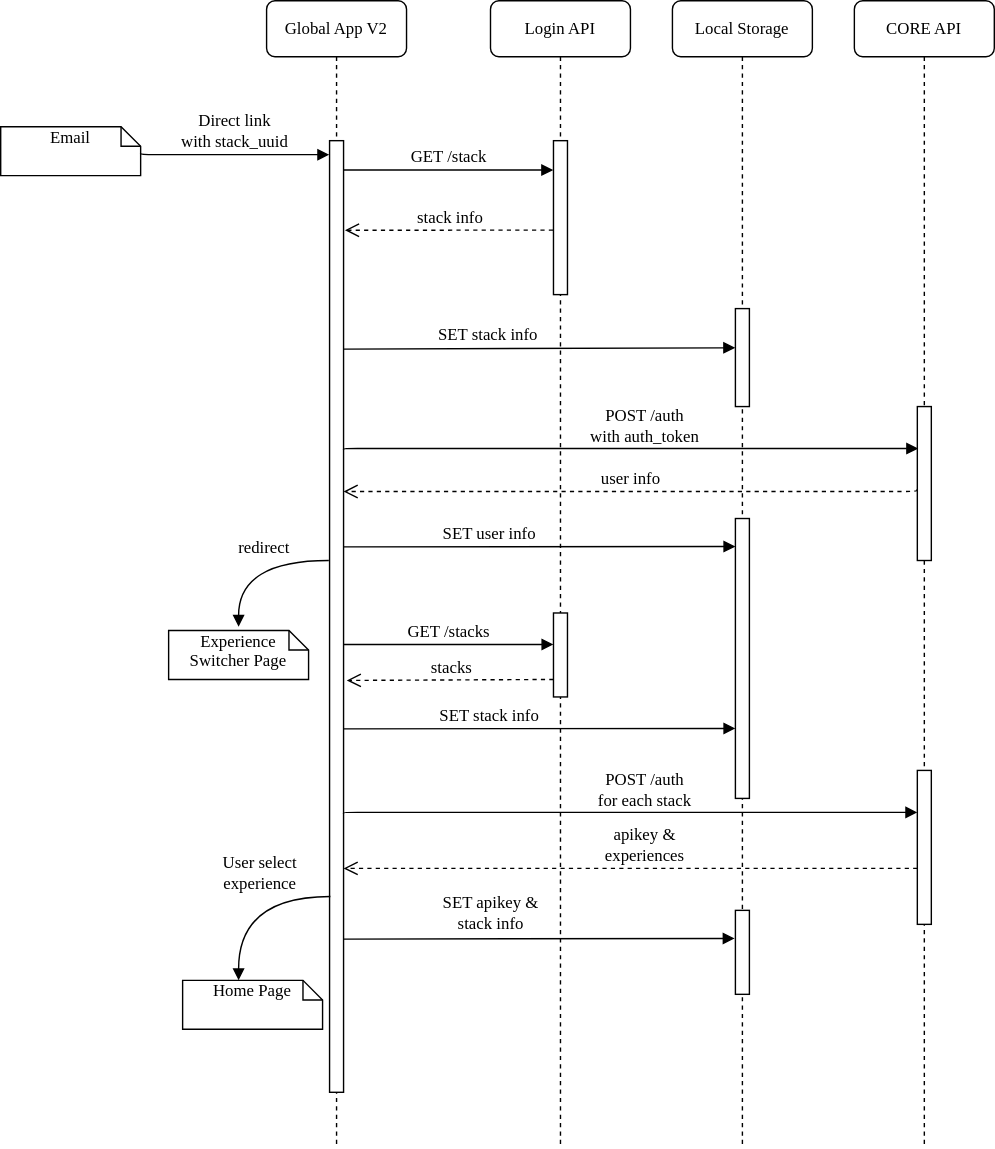
This is docs/workflows/direct-link.drawio.svg from intersective/app, a draw.io export, as it was before one commit. Source tidied: cells renumbered, new cells last; positions are measured from the earlier drawing's top-left corner, leaving out a move shared by most shapes. The source it was exported from:
```xml
<mxGraphModel>
  <root>
    <mxCell id="0" />
    <mxCell id="1" parent="0" />
    <mxCell id="2" value="Login API" style="shape=umlLifeline;perimeter=lifelinePerimeter;whiteSpace=wrap;html=1;rounded=1;shadow=0;comic=0;labelBackgroundColor=none;strokeWidth=1;fontFamily=Verdana;fontSize=12;align=center;" parent="1" vertex="1">
      <mxGeometry x="350" width="100" height="820" as="geometry" />
    </mxCell>
    <mxCell id="3" style="html=1;points=[];perimeter=orthogonalPerimeter;rounded=0;shadow=0;comic=0;labelBackgroundColor=none;strokeWidth=1;fontFamily=Verdana;fontSize=12;align=center;" parent="2" vertex="1">
      <mxGeometry x="45" y="100" width="10" height="110" as="geometry" />
    </mxCell>
    <mxCell id="4" value="Global App V2" style="shape=umlLifeline;perimeter=lifelinePerimeter;whiteSpace=wrap;html=1;rounded=1;shadow=0;comic=0;labelBackgroundColor=none;strokeWidth=1;fontFamily=Verdana;fontSize=12;align=center;" parent="1" vertex="1">
      <mxGeometry x="190" width="100" height="820" as="geometry" />
    </mxCell>
    <mxCell id="5" style="html=1;points=[];perimeter=orthogonalPerimeter;rounded=0;shadow=0;comic=0;labelBackgroundColor=none;strokeWidth=1;fontFamily=Verdana;fontSize=12;align=center;" parent="4" vertex="1">
      <mxGeometry x="45" y="100" width="10" height="680" as="geometry" />
    </mxCell>
    <mxCell id="6" value="stack info" style="html=1;verticalAlign=bottom;endArrow=open;dashed=1;endSize=8;labelBackgroundColor=none;fontFamily=Verdana;fontSize=12;edgeStyle=elbowEdgeStyle;elbow=vertical;exitX=-0.033;exitY=0.581;exitDx=0;exitDy=0;exitPerimeter=0;" parent="1" edge="1" source="3">
      <mxGeometry relative="1" as="geometry">
        <mxPoint x="246" y="164" as="targetPoint" />
        <Array as="points">
          <mxPoint x="330" y="164" />
          <mxPoint x="360" y="150" />
          <mxPoint x="790" y="180" />
        </Array>
      </mxGeometry>
    </mxCell>
    <mxCell id="7" value="GET /stack" style="html=1;verticalAlign=bottom;endArrow=block;labelBackgroundColor=none;fontFamily=Verdana;fontSize=12;edgeStyle=elbowEdgeStyle;elbow=vertical;entryX=-0.017;entryY=0.193;entryDx=0;entryDy=0;entryPerimeter=0;" parent="1" edge="1" source="5" target="3">
      <mxGeometry relative="1" as="geometry">
        <Array as="points">
          <mxPoint x="360" y="121" />
          <mxPoint x="400" y="127" />
          <mxPoint x="310" y="130" />
        </Array>
      </mxGeometry>
    </mxCell>
    <mxCell id="8" value="Email" style="shape=note;whiteSpace=wrap;html=1;size=14;verticalAlign=top;align=center;spacingTop=-6;rounded=0;shadow=0;comic=0;labelBackgroundColor=none;strokeWidth=1;fontFamily=Verdana;fontSize=12;" parent="1" vertex="1">
      <mxGeometry y="90" width="100" height="35" as="geometry" />
    </mxCell>
    <mxCell id="9" value="Direct link&lt;br&gt;with stack_uuid" style="html=1;verticalAlign=bottom;endArrow=block;labelBackgroundColor=none;fontFamily=Verdana;fontSize=12;edgeStyle=elbowEdgeStyle;elbow=vertical;entryX=-0.019;entryY=0.015;entryDx=0;entryDy=0;entryPerimeter=0;" parent="1" edge="1" target="5">
      <mxGeometry relative="1" as="geometry">
        <mxPoint x="100" y="109" as="sourcePoint" />
        <Array as="points">
          <mxPoint x="105" y="110" />
        </Array>
      </mxGeometry>
    </mxCell>
    <mxCell id="10" value="Local Storage" style="shape=umlLifeline;perimeter=lifelinePerimeter;whiteSpace=wrap;html=1;rounded=1;shadow=0;comic=0;labelBackgroundColor=none;strokeWidth=1;fontFamily=Verdana;fontSize=12;align=center;" parent="1" vertex="1">
      <mxGeometry x="480" width="100" height="820" as="geometry" />
    </mxCell>
    <mxCell id="11" style="html=1;points=[];perimeter=orthogonalPerimeter;rounded=0;shadow=0;comic=0;labelBackgroundColor=none;strokeWidth=1;fontFamily=Verdana;fontSize=12;align=center;" parent="10" vertex="1">
      <mxGeometry x="45" y="220" width="10" height="70" as="geometry" />
    </mxCell>
    <mxCell id="12" value="SET stack info" style="html=1;verticalAlign=bottom;endArrow=block;labelBackgroundColor=none;fontFamily=Verdana;fontSize=12;edgeStyle=elbowEdgeStyle;elbow=vertical;entryX=-0.012;entryY=0.401;entryDx=0;entryDy=0;entryPerimeter=0;exitX=0.986;exitY=0.219;exitDx=0;exitDy=0;exitPerimeter=0;" parent="1" edge="1" source="5" target="11">
      <mxGeometry x="-0.26" relative="1" as="geometry">
        <Array as="points">
          <mxPoint x="500" y="248" />
          <mxPoint x="410" y="250" />
          <mxPoint x="410" y="260" />
          <mxPoint x="320" y="263" />
        </Array>
      </mxGeometry>
    </mxCell>
    <mxCell id="13" value="CORE API" style="shape=umlLifeline;perimeter=lifelinePerimeter;whiteSpace=wrap;html=1;rounded=1;shadow=0;comic=0;labelBackgroundColor=none;strokeWidth=1;fontFamily=Verdana;fontSize=12;align=center;" parent="1" vertex="1">
      <mxGeometry x="610" width="100" height="820" as="geometry" />
    </mxCell>
    <mxCell id="14" style="html=1;points=[];perimeter=orthogonalPerimeter;rounded=0;shadow=0;comic=0;labelBackgroundColor=none;strokeWidth=1;fontFamily=Verdana;fontSize=12;align=center;" parent="13" vertex="1">
      <mxGeometry x="45" y="290" width="10" height="110" as="geometry" />
    </mxCell>
    <mxCell id="15" value="POST /auth&lt;br&gt;with auth_token" style="html=1;verticalAlign=bottom;endArrow=block;labelBackgroundColor=none;fontFamily=Verdana;fontSize=12;edgeStyle=elbowEdgeStyle;elbow=vertical;entryX=0.065;entryY=0.279;entryDx=0;entryDy=0;entryPerimeter=0;" parent="1" edge="1" target="14">
      <mxGeometry x="0.05" y="-1" relative="1" as="geometry">
        <mxPoint x="245" y="321" as="sourcePoint" />
        <Array as="points">
          <mxPoint x="505.1" y="320" />
          <mxPoint x="415.1" y="322" />
          <mxPoint x="415.1" y="332" />
          <mxPoint x="325.1" y="335" />
        </Array>
      </mxGeometry>
    </mxCell>
    <mxCell id="16" value="user info" style="html=1;verticalAlign=bottom;endArrow=open;dashed=1;endSize=8;labelBackgroundColor=none;fontFamily=Verdana;fontSize=12;edgeStyle=elbowEdgeStyle;elbow=vertical;exitX=-0.019;exitY=0.537;exitDx=0;exitDy=0;exitPerimeter=0;" parent="1" edge="1" source="14">
      <mxGeometry relative="1" as="geometry">
        <mxPoint x="245" y="351" as="targetPoint" />
        <Array as="points">
          <mxPoint x="394.2" y="350.7" />
          <mxPoint x="464.2" y="341.7" />
          <mxPoint x="894.2" y="371.7" />
        </Array>
      </mxGeometry>
    </mxCell>
    <mxCell id="17" style="html=1;perimeter=orthogonalPerimeter;rounded=0;shadow=0;comic=0;labelBackgroundColor=none;strokeWidth=1;fontFamily=Verdana;fontSize=12;align=center;" parent="1" vertex="1">
      <mxGeometry x="525" y="370" width="10" height="200" as="geometry" />
    </mxCell>
    <mxCell id="18" value="SET user info" style="html=1;verticalAlign=bottom;endArrow=block;labelBackgroundColor=none;fontFamily=Verdana;fontSize=12;edgeStyle=elbowEdgeStyle;elbow=vertical;entryX=-0.012;entryY=0.401;entryDx=0;entryDy=0;entryPerimeter=0;exitX=0.986;exitY=0.337;exitDx=0;exitDy=0;exitPerimeter=0;" parent="1" edge="1">
      <mxGeometry x="-0.26" relative="1" as="geometry">
        <mxPoint x="245" y="390.3" as="sourcePoint" />
        <mxPoint x="525" y="390.1" as="targetPoint" />
        <Array as="points">
          <mxPoint x="500.1" y="390" />
          <mxPoint x="410.1" y="392" />
          <mxPoint x="410.1" y="402" />
          <mxPoint x="320.1" y="405" />
        </Array>
      </mxGeometry>
    </mxCell>
    <mxCell id="19" value="redirect" style="html=1;verticalAlign=bottom;endArrow=block;labelBackgroundColor=none;fontFamily=Verdana;fontSize=12;elbow=vertical;edgeStyle=orthogonalEdgeStyle;curved=1;exitX=-0.052;exitY=0.256;exitDx=0;exitDy=0;exitPerimeter=0;" parent="1" edge="1">
      <mxGeometry x="-0.18" relative="1" as="geometry">
        <mxPoint x="234.5" y="400" as="sourcePoint" />
        <mxPoint x="170" y="447.4" as="targetPoint" />
        <Array as="points">
          <mxPoint x="170" y="400.4" />
        </Array>
      </mxGeometry>
    </mxCell>
    <mxCell id="20" value="Experience Switcher Page" style="shape=note;whiteSpace=wrap;html=1;size=14;verticalAlign=top;align=center;spacingTop=-6;rounded=0;shadow=0;comic=0;labelBackgroundColor=none;strokeWidth=1;fontFamily=Verdana;fontSize=12;" parent="1" vertex="1">
      <mxGeometry x="120" y="450" width="100" height="35" as="geometry" />
    </mxCell>
    <mxCell id="21" style="html=1;perimeter=orthogonalPerimeter;rounded=0;shadow=0;comic=0;labelBackgroundColor=none;strokeWidth=1;fontFamily=Verdana;fontSize=12;align=center;" parent="1" vertex="1">
      <mxGeometry x="395" y="437.5" width="10" height="60" as="geometry" />
    </mxCell>
    <mxCell id="22" value="GET /stacks" style="html=1;verticalAlign=bottom;endArrow=block;labelBackgroundColor=none;fontFamily=Verdana;fontSize=12;edgeStyle=elbowEdgeStyle;elbow=vertical;entryX=-0.017;entryY=0.193;entryDx=0;entryDy=0;entryPerimeter=0;" parent="1" edge="1">
      <mxGeometry relative="1" as="geometry">
        <mxPoint x="245.2" y="460" as="sourcePoint" />
        <mxPoint x="395" y="460.2" as="targetPoint" />
        <Array as="points">
          <mxPoint x="360.2" y="460" />
          <mxPoint x="400.2" y="466" />
          <mxPoint x="310.2" y="469" />
        </Array>
      </mxGeometry>
    </mxCell>
    <mxCell id="23" value="stacks" style="html=1;verticalAlign=bottom;endArrow=open;dashed=1;endSize=8;labelBackgroundColor=none;fontFamily=Verdana;fontSize=12;edgeStyle=elbowEdgeStyle;elbow=vertical;exitX=-0.148;exitY=0.53;exitDx=0;exitDy=0;exitPerimeter=0;entryX=1.081;entryY=0.135;entryDx=0;entryDy=0;entryPerimeter=0;" parent="1" edge="1">
      <mxGeometry relative="1" as="geometry">
        <mxPoint x="395" y="485" as="sourcePoint" />
        <mxPoint x="247.3" y="486.1" as="targetPoint" />
        <Array as="points">
          <mxPoint x="291.5" y="485.7" />
          <mxPoint x="361.5" y="476.7" />
          <mxPoint x="791.5" y="506.7" />
        </Array>
      </mxGeometry>
    </mxCell>
    <mxCell id="24" value="SET stack info" style="html=1;verticalAlign=bottom;endArrow=block;labelBackgroundColor=none;fontFamily=Verdana;fontSize=12;edgeStyle=elbowEdgeStyle;elbow=vertical;entryX=-0.012;entryY=0.401;entryDx=0;entryDy=0;entryPerimeter=0;exitX=0.986;exitY=0.337;exitDx=0;exitDy=0;exitPerimeter=0;" parent="1" edge="1">
      <mxGeometry x="-0.26" relative="1" as="geometry">
        <mxPoint x="245" y="520.3" as="sourcePoint" />
        <mxPoint x="525" y="520.1" as="targetPoint" />
        <Array as="points">
          <mxPoint x="500.1" y="520" />
          <mxPoint x="410.1" y="522" />
          <mxPoint x="410.1" y="532" />
          <mxPoint x="320.1" y="535" />
        </Array>
      </mxGeometry>
    </mxCell>
    <mxCell id="25" style="html=1;perimeter=orthogonalPerimeter;rounded=0;shadow=0;comic=0;labelBackgroundColor=none;strokeWidth=1;fontFamily=Verdana;fontSize=12;align=center;" parent="1" vertex="1">
      <mxGeometry x="655" y="550" width="10" height="110" as="geometry" />
    </mxCell>
    <mxCell id="26" value="POST /auth&lt;br&gt;for each stack" style="html=1;verticalAlign=bottom;endArrow=block;labelBackgroundColor=none;fontFamily=Verdana;fontSize=12;edgeStyle=elbowEdgeStyle;elbow=vertical;entryX=0.065;entryY=0.279;entryDx=0;entryDy=0;entryPerimeter=0;" parent="1" edge="1">
      <mxGeometry x="0.05" y="-1" relative="1" as="geometry">
        <mxPoint x="245" y="581" as="sourcePoint" />
        <mxPoint x="655" y="580.7" as="targetPoint" />
        <Array as="points">
          <mxPoint x="504.5" y="580" />
          <mxPoint x="414.5" y="582" />
          <mxPoint x="414.5" y="592" />
          <mxPoint x="324.5" y="595" />
        </Array>
      </mxGeometry>
    </mxCell>
    <mxCell id="27" value="apikey &amp;amp; &lt;br&gt;experiences" style="html=1;verticalAlign=bottom;endArrow=open;dashed=1;endSize=8;labelBackgroundColor=none;fontFamily=Verdana;fontSize=12;edgeStyle=elbowEdgeStyle;elbow=vertical;" parent="1" edge="1">
      <mxGeometry x="-0.05" relative="1" as="geometry">
        <mxPoint x="655" y="620" as="sourcePoint" />
        <mxPoint x="245" y="620" as="targetPoint" />
        <Array as="points">
          <mxPoint x="490" y="620" />
          <mxPoint x="389" y="605.5" />
          <mxPoint x="459" y="596.5" />
          <mxPoint x="889" y="626.5" />
        </Array>
      </mxGeometry>
    </mxCell>
    <mxCell id="28" value="User select &lt;br&gt;experience" style="html=1;verticalAlign=bottom;endArrow=block;labelBackgroundColor=none;fontFamily=Verdana;fontSize=12;elbow=vertical;edgeStyle=orthogonalEdgeStyle;curved=1;exitX=0.059;exitY=0.237;exitDx=0;exitDy=0;exitPerimeter=0;entryX=0.5;entryY=0;entryDx=0;entryDy=0;entryPerimeter=0;" parent="1" edge="1">
      <mxGeometry x="-0.18" relative="1" as="geometry">
        <mxPoint x="235.6" y="640" as="sourcePoint" />
        <mxPoint x="170" y="700" as="targetPoint" />
        <Array as="points">
          <mxPoint x="170" y="640" />
        </Array>
      </mxGeometry>
    </mxCell>
    <mxCell id="29" value="Home Page" style="shape=note;whiteSpace=wrap;html=1;size=14;verticalAlign=top;align=center;spacingTop=-6;rounded=0;shadow=0;comic=0;labelBackgroundColor=none;strokeWidth=1;fontFamily=Verdana;fontSize=12;" parent="1" vertex="1">
      <mxGeometry x="130" y="700" width="100" height="35" as="geometry" />
    </mxCell>
    <mxCell id="30" style="html=1;points=[];perimeter=orthogonalPerimeter;rounded=0;shadow=0;comic=0;labelBackgroundColor=none;strokeWidth=1;fontFamily=Verdana;fontSize=12;align=center;" parent="1" vertex="1">
      <mxGeometry x="525" y="650" width="10" height="60" as="geometry" />
    </mxCell>
    <mxCell id="31" value="SET apikey &amp;amp; &lt;br&gt;stack info" style="html=1;verticalAlign=bottom;endArrow=block;labelBackgroundColor=none;fontFamily=Verdana;fontSize=12;edgeStyle=elbowEdgeStyle;elbow=vertical;exitX=0.997;exitY=0.839;exitDx=0;exitDy=0;exitPerimeter=0;entryX=-0.052;entryY=0.326;entryDx=0;entryDy=0;entryPerimeter=0;" parent="1" edge="1" source="5" target="30">
      <mxGeometry x="-0.25" y="1" relative="1" as="geometry">
        <Array as="points">
          <mxPoint x="494.7" y="670.1" />
          <mxPoint x="414.7" y="664.1" />
        </Array>
      </mxGeometry>
    </mxCell>
  </root>
</mxGraphModel>
```
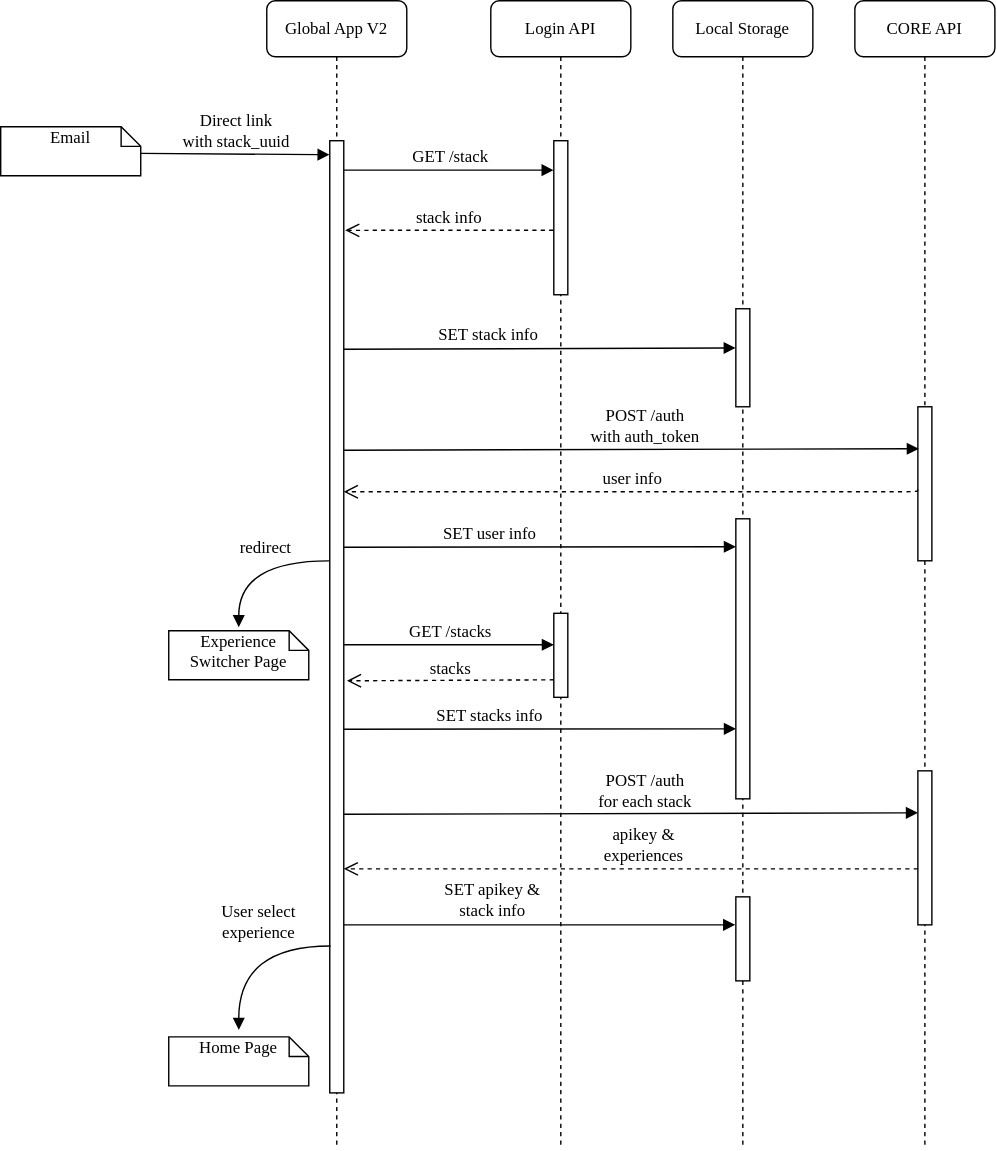
The same file after the commit.

Diff of the diagram source:
```diff
@@ -139,7 +139,7 @@
         </Array>
       </mxGeometry>
     </mxCell>
-    <mxCell id="24" value="SET stack info" style="html=1;verticalAlign=bottom;endArrow=block;labelBackgroundColor=none;fontFamily=Verdana;fontSize=12;edgeStyle=elbowEdgeStyle;elbow=vertical;entryX=-0.012;entryY=0.401;entryDx=0;entryDy=0;entryPerimeter=0;exitX=0.986;exitY=0.337;exitDx=0;exitDy=0;exitPerimeter=0;" parent="1" edge="1">
+    <mxCell id="24" value="SET stacks info" style="html=1;verticalAlign=bottom;endArrow=block;labelBackgroundColor=none;fontFamily=Verdana;fontSize=12;edgeStyle=elbowEdgeStyle;elbow=vertical;entryX=-0.012;entryY=0.401;entryDx=0;entryDy=0;entryPerimeter=0;exitX=0.986;exitY=0.337;exitDx=0;exitDy=0;exitPerimeter=0;" parent="1" edge="1">
       <mxGeometry x="-0.26" relative="1" as="geometry">
         <mxPoint x="245" y="520.3" as="sourcePoint" />
         <mxPoint x="525" y="520.1" as="targetPoint" />
@@ -180,22 +180,24 @@
     </mxCell>
     <mxCell id="28" value="User select &lt;br&gt;experience" style="html=1;verticalAlign=bottom;endArrow=block;labelBackgroundColor=none;fontFamily=Verdana;fontSize=12;elbow=vertical;edgeStyle=orthogonalEdgeStyle;curved=1;exitX=0.059;exitY=0.237;exitDx=0;exitDy=0;exitPerimeter=0;entryX=0.5;entryY=0;entryDx=0;entryDy=0;entryPerimeter=0;" parent="1" edge="1">
       <mxGeometry x="-0.18" relative="1" as="geometry">
-        <mxPoint x="235.6" y="640" as="sourcePoint" />
-        <mxPoint x="170" y="700" as="targetPoint" />
+        <mxPoint x="235.6" y="675" as="sourcePoint" />
+        <mxPoint x="170" y="735" as="targetPoint" />
         <Array as="points">
-          <mxPoint x="170" y="640" />
+          <mxPoint x="170" y="675" />
         </Array>
       </mxGeometry>
     </mxCell>
     <mxCell id="29" value="Home Page" style="shape=note;whiteSpace=wrap;html=1;size=14;verticalAlign=top;align=center;spacingTop=-6;rounded=0;shadow=0;comic=0;labelBackgroundColor=none;strokeWidth=1;fontFamily=Verdana;fontSize=12;" parent="1" vertex="1">
-      <mxGeometry x="130" y="700" width="100" height="35" as="geometry" />
+      <mxGeometry x="120" y="740" width="100" height="35" as="geometry" />
     </mxCell>
     <mxCell id="30" style="html=1;points=[];perimeter=orthogonalPerimeter;rounded=0;shadow=0;comic=0;labelBackgroundColor=none;strokeWidth=1;fontFamily=Verdana;fontSize=12;align=center;" parent="1" vertex="1">
-      <mxGeometry x="525" y="650" width="10" height="60" as="geometry" />
+      <mxGeometry x="525" y="640" width="10" height="60" as="geometry" />
     </mxCell>
-    <mxCell id="31" value="SET apikey &amp;amp; &lt;br&gt;stack info" style="html=1;verticalAlign=bottom;endArrow=block;labelBackgroundColor=none;fontFamily=Verdana;fontSize=12;edgeStyle=elbowEdgeStyle;elbow=vertical;exitX=0.997;exitY=0.839;exitDx=0;exitDy=0;exitPerimeter=0;entryX=-0.052;entryY=0.326;entryDx=0;entryDy=0;entryPerimeter=0;" parent="1" edge="1" source="5" target="30">
+    <mxCell id="31" value="SET apikey &amp;amp; &lt;br&gt;stack info" style="html=1;verticalAlign=bottom;endArrow=block;labelBackgroundColor=none;fontFamily=Verdana;fontSize=12;edgeStyle=elbowEdgeStyle;elbow=vertical;entryX=-0.052;entryY=0.326;entryDx=0;entryDy=0;entryPerimeter=0;" parent="1" edge="1" target="30">
       <mxGeometry x="-0.25" y="1" relative="1" as="geometry">
+        <mxPoint x="245" y="660" as="sourcePoint" />
         <Array as="points">
+          <mxPoint x="420" y="660" />
           <mxPoint x="494.7" y="670.1" />
           <mxPoint x="414.7" y="664.1" />
         </Array>
```
